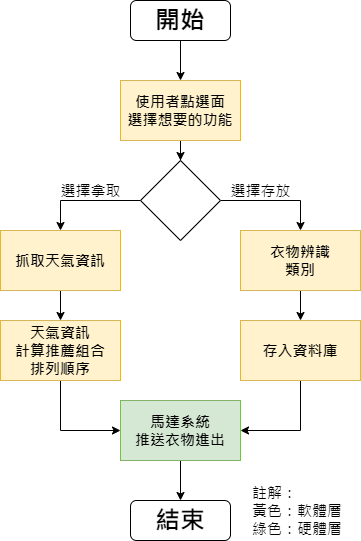
The draw.io diagram FileFolder/圖檔/AIcloset_v2-使用者流程圖.drawio.png in Chrouos/Intelligence-Closet, before a commit. Source tidied: cells renumbered, new cells last; positions are measured from the earlier drawing's top-left corner, leaving out a move shared by most shapes.
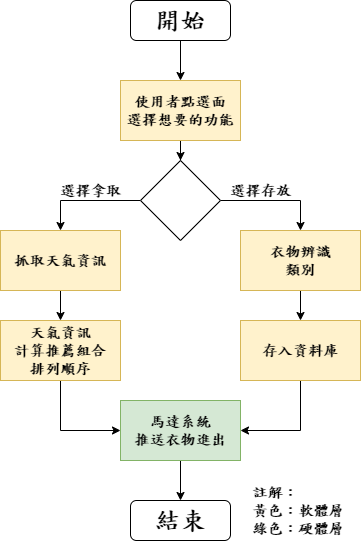
The same diagram one commit later.

Diff of the diagram source:
```diff
@@ -2,67 +2,67 @@
   <root>
     <mxCell id="0" />
     <mxCell id="1" parent="0" />
-    <mxCell id="2" style="edgeStyle=orthogonalEdgeStyle;rounded=0;jettySize=auto;html=1;entryX=0.5;entryY=0;entryDx=0;entryDy=0;fontSize=15;entryPerimeter=0;" parent="1" edge="1" source="3" target="5">
+    <mxCell id="2" style="edgeStyle=orthogonalEdgeStyle;rounded=0;jettySize=auto;html=1;entryX=0.5;entryY=0;entryDx=0;entryDy=0;fontSize=15;entryPerimeter=0;fontFamily=DFBiaoKaiShu-B5;fontStyle=1;" parent="1" edge="1" source="3" target="5">
       <mxGeometry relative="1" as="geometry" />
     </mxCell>
-    <mxCell id="3" value="開始" style="rounded=1;whiteSpace=wrap;html=1;fontSize=25;fontFamily=Noto Sans Traditional Chinese;fontStyle=1;fontSource=https%3A%2F%2Ffonts.googleapis.com%2Fcss%3Ffamily%3DNoto%2BSans%2BTraditional%2BChinese;" parent="1" vertex="1">
+    <mxCell id="3" value="開始" style="rounded=1;whiteSpace=wrap;html=1;fontSize=25;fontFamily=DFBiaoKaiShu-B5;fontStyle=1;" parent="1" vertex="1">
       <mxGeometry x="130" width="100" height="40" as="geometry" />
     </mxCell>
-    <mxCell id="4" style="edgeStyle=orthogonalEdgeStyle;rounded=0;jettySize=auto;html=1;entryX=0.5;entryY=0;entryDx=0;entryDy=0;fontSize=15;" parent="1" edge="1" source="5" target="8">
+    <mxCell id="4" style="edgeStyle=orthogonalEdgeStyle;rounded=0;jettySize=auto;html=1;entryX=0.5;entryY=0;entryDx=0;entryDy=0;fontSize=15;fontFamily=DFBiaoKaiShu-B5;fontStyle=1;" parent="1" edge="1" source="5" target="8">
       <mxGeometry relative="1" as="geometry" />
     </mxCell>
-    <mxCell id="5" value="使用者點選面&lt;br style=&quot;font-size: 15px;&quot;&gt;選擇想要的功能" style="rounded=0;whiteSpace=wrap;html=1;fontFamily=Noto Sans Traditional Chinese;fontSource=https%3A%2F%2Ffonts.googleapis.com%2Fcss%3Ffamily%3DNoto%2BSans%2BTraditional%2BChinese;fontSize=15;fontStyle=1;fillColor=#fff2cc;strokeColor=#d6b656;" parent="1" vertex="1">
+    <mxCell id="5" value="使用者點選面&lt;br style=&quot;font-size: 15px;&quot;&gt;選擇想要的功能" style="rounded=0;whiteSpace=wrap;html=1;fontFamily=DFBiaoKaiShu-B5;fontSize=15;fontStyle=1;fillColor=#fff2cc;strokeColor=#d6b656;" parent="1" vertex="1">
       <mxGeometry x="120" y="80" width="120" height="60" as="geometry" />
     </mxCell>
-    <mxCell id="6" style="edgeStyle=orthogonalEdgeStyle;rounded=0;jettySize=auto;html=1;entryX=0.5;entryY=0;entryDx=0;entryDy=0;fontSize=15;" parent="1" edge="1" source="8" target="10">
+    <mxCell id="6" style="edgeStyle=orthogonalEdgeStyle;rounded=0;jettySize=auto;html=1;entryX=0.5;entryY=0;entryDx=0;entryDy=0;fontSize=15;fontFamily=DFBiaoKaiShu-B5;fontStyle=1;" parent="1" edge="1" source="8" target="10">
       <mxGeometry relative="1" as="geometry" />
     </mxCell>
-    <mxCell id="7" style="edgeStyle=orthogonalEdgeStyle;rounded=0;jettySize=auto;html=1;entryX=0.5;entryY=0;entryDx=0;entryDy=0;fontFamily=Noto Sans Traditional Chinese;fontSource=https%3A%2F%2Ffonts.googleapis.com%2Fcss%3Ffamily%3DNoto%2BSans%2BTraditional%2BChinese;fontSize=15;" parent="1" edge="1" source="8" target="18">
+    <mxCell id="7" style="edgeStyle=orthogonalEdgeStyle;rounded=0;jettySize=auto;html=1;entryX=0.5;entryY=0;entryDx=0;entryDy=0;fontFamily=DFBiaoKaiShu-B5;fontSize=15;fontStyle=1;" parent="1" edge="1" source="8" target="18">
       <mxGeometry relative="1" as="geometry" />
     </mxCell>
-    <mxCell id="8" style="rhombus;whiteSpace=wrap;html=1;rounded=0;fontSize=15;" parent="1" vertex="1">
+    <mxCell id="8" style="rhombus;whiteSpace=wrap;html=1;rounded=0;fontSize=15;fontFamily=DFBiaoKaiShu-B5;fontStyle=1;" parent="1" vertex="1">
       <mxGeometry x="140" y="160" width="80" height="80" as="geometry" />
     </mxCell>
-    <mxCell id="9" style="edgeStyle=orthogonalEdgeStyle;rounded=0;jettySize=auto;html=1;fontFamily=Noto Sans Traditional Chinese;fontSource=https%3A%2F%2Ffonts.googleapis.com%2Fcss%3Ffamily%3DNoto%2BSans%2BTraditional%2BChinese;fontSize=15;entryX=0.5;entryY=0;entryDx=0;entryDy=0;" parent="1" edge="1" source="10" target="15">
+    <mxCell id="9" style="edgeStyle=orthogonalEdgeStyle;rounded=0;jettySize=auto;html=1;fontFamily=DFBiaoKaiShu-B5;fontSize=15;entryX=0.5;entryY=0;entryDx=0;entryDy=0;fontStyle=1;" parent="1" edge="1" source="10" target="15">
       <mxGeometry relative="1" as="geometry" />
     </mxCell>
-    <mxCell id="10" value="衣物辨識&lt;br&gt;類別" style="rounded=0;whiteSpace=wrap;html=1;fontFamily=Noto Sans Traditional Chinese;fontSource=https%3A%2F%2Ffonts.googleapis.com%2Fcss%3Ffamily%3DNoto%2BSans%2BTraditional%2BChinese;fontSize=15;fontStyle=1;fillColor=#fff2cc;strokeColor=#d6b656;" parent="1" vertex="1">
+    <mxCell id="10" value="衣物辨識&lt;br&gt;類別" style="rounded=0;whiteSpace=wrap;html=1;fontFamily=DFBiaoKaiShu-B5;fontSize=15;fontStyle=1;fillColor=#fff2cc;strokeColor=#d6b656;" parent="1" vertex="1">
       <mxGeometry x="240" y="230" width="120" height="60" as="geometry" />
     </mxCell>
-    <mxCell id="11" value="選擇存放" style="text;html=1;align=center;verticalAlign=middle;strokeColor=none;fillColor=none;fontSize=15;fontFamily=Noto Sans Traditional Chinese;fontSource=https%3A%2F%2Ffonts.googleapis.com%2Fcss%3Ffamily%3DNoto%2BSans%2BTraditional%2BChinese;" parent="1" vertex="1">
+    <mxCell id="11" value="選擇存放" style="text;html=1;align=center;verticalAlign=middle;strokeColor=none;fillColor=none;fontSize=15;fontFamily=DFBiaoKaiShu-B5;fontStyle=1;" parent="1" vertex="1">
       <mxGeometry x="220" y="180" width="80" height="20" as="geometry" />
     </mxCell>
-    <mxCell id="12" style="edgeStyle=orthogonalEdgeStyle;rounded=0;jettySize=auto;html=1;fontFamily=Noto Sans Traditional Chinese;fontSource=https%3A%2F%2Ffonts.googleapis.com%2Fcss%3Ffamily%3DNoto%2BSans%2BTraditional%2BChinese;fontSize=15;" parent="1" edge="1" source="13" target="21">
+    <mxCell id="12" style="edgeStyle=orthogonalEdgeStyle;rounded=0;jettySize=auto;html=1;fontFamily=DFBiaoKaiShu-B5;fontSize=15;fontStyle=1;" parent="1" edge="1" source="13" target="21">
       <mxGeometry relative="1" as="geometry" />
     </mxCell>
-    <mxCell id="13" value="馬達系統&lt;br&gt;推送衣物進出" style="rounded=0;whiteSpace=wrap;html=1;fontFamily=Noto Sans Traditional Chinese;fontSource=https%3A%2F%2Ffonts.googleapis.com%2Fcss%3Ffamily%3DNoto%2BSans%2BTraditional%2BChinese;fontSize=15;fontStyle=1;fillColor=#d5e8d4;strokeColor=#82b366;" parent="1" vertex="1">
+    <mxCell id="13" value="馬達系統&lt;br&gt;推送衣物進出" style="rounded=0;whiteSpace=wrap;html=1;fontFamily=DFBiaoKaiShu-B5;fontSize=15;fontStyle=1;fillColor=#d5e8d4;strokeColor=#82b366;" parent="1" vertex="1">
       <mxGeometry x="120" y="400" width="120" height="60" as="geometry" />
     </mxCell>
-    <mxCell id="14" style="edgeStyle=orthogonalEdgeStyle;rounded=0;jettySize=auto;html=1;entryX=1;entryY=0.5;entryDx=0;entryDy=0;fontFamily=Noto Sans Traditional Chinese;fontSource=https%3A%2F%2Ffonts.googleapis.com%2Fcss%3Ffamily%3DNoto%2BSans%2BTraditional%2BChinese;fontSize=15;" parent="1" edge="1" source="15" target="13">
+    <mxCell id="14" style="edgeStyle=orthogonalEdgeStyle;rounded=0;jettySize=auto;html=1;entryX=1;entryY=0.5;entryDx=0;entryDy=0;fontFamily=DFBiaoKaiShu-B5;fontSize=15;fontStyle=1;" parent="1" edge="1" source="15" target="13">
       <mxGeometry relative="1" as="geometry" />
     </mxCell>
-    <mxCell id="15" value="存入資料庫" style="rounded=0;whiteSpace=wrap;html=1;fontFamily=Noto Sans Traditional Chinese;fontSource=https%3A%2F%2Ffonts.googleapis.com%2Fcss%3Ffamily%3DNoto%2BSans%2BTraditional%2BChinese;fontSize=15;fontStyle=1;fillColor=#fff2cc;strokeColor=#d6b656;" parent="1" vertex="1">
+    <mxCell id="15" value="存入資料庫" style="rounded=0;whiteSpace=wrap;html=1;fontFamily=DFBiaoKaiShu-B5;fontSize=15;fontStyle=1;fillColor=#fff2cc;strokeColor=#d6b656;" parent="1" vertex="1">
       <mxGeometry x="240" y="320" width="120" height="60" as="geometry" />
     </mxCell>
-    <mxCell id="16" value="選擇拿取" style="text;html=1;align=center;verticalAlign=middle;strokeColor=none;fillColor=none;fontSize=15;fontFamily=Noto Sans Traditional Chinese;" parent="1" vertex="1">
+    <mxCell id="16" value="選擇拿取" style="text;html=1;align=center;verticalAlign=middle;strokeColor=none;fillColor=none;fontSize=15;fontFamily=DFBiaoKaiShu-B5;fontStyle=1;" parent="1" vertex="1">
       <mxGeometry x="50" y="180" width="80" height="20" as="geometry" />
     </mxCell>
-    <mxCell id="17" style="edgeStyle=orthogonalEdgeStyle;rounded=0;jettySize=auto;html=1;entryX=0.5;entryY=0;entryDx=0;entryDy=0;fontFamily=Noto Sans Traditional Chinese;fontSource=https%3A%2F%2Ffonts.googleapis.com%2Fcss%3Ffamily%3DNoto%2BSans%2BTraditional%2BChinese;fontSize=15;" parent="1" edge="1" source="18" target="20">
+    <mxCell id="17" style="edgeStyle=orthogonalEdgeStyle;rounded=0;jettySize=auto;html=1;entryX=0.5;entryY=0;entryDx=0;entryDy=0;fontFamily=DFBiaoKaiShu-B5;fontSize=15;fontStyle=1;" parent="1" edge="1" source="18" target="20">
       <mxGeometry relative="1" as="geometry" />
     </mxCell>
-    <mxCell id="18" value="抓取天氣資訊" style="rounded=0;whiteSpace=wrap;html=1;fontFamily=Noto Sans Traditional Chinese;fontSource=https%3A%2F%2Ffonts.googleapis.com%2Fcss%3Ffamily%3DNoto%2BSans%2BTraditional%2BChinese;fontSize=15;fontStyle=1;fillColor=#fff2cc;strokeColor=#d6b656;" parent="1" vertex="1">
+    <mxCell id="18" value="抓取天氣資訊" style="rounded=0;whiteSpace=wrap;html=1;fontFamily=DFBiaoKaiShu-B5;fontSize=15;fontStyle=1;fillColor=#fff2cc;strokeColor=#d6b656;" parent="1" vertex="1">
       <mxGeometry y="230" width="120" height="60" as="geometry" />
     </mxCell>
-    <mxCell id="19" style="edgeStyle=orthogonalEdgeStyle;rounded=0;jettySize=auto;html=1;entryX=0;entryY=0.5;entryDx=0;entryDy=0;fontFamily=Noto Sans Traditional Chinese;fontSource=https%3A%2F%2Ffonts.googleapis.com%2Fcss%3Ffamily%3DNoto%2BSans%2BTraditional%2BChinese;fontSize=15;" parent="1" edge="1" source="20" target="13">
+    <mxCell id="19" style="edgeStyle=orthogonalEdgeStyle;rounded=0;jettySize=auto;html=1;entryX=0;entryY=0.5;entryDx=0;entryDy=0;fontFamily=DFBiaoKaiShu-B5;fontSize=15;fontStyle=1;" parent="1" edge="1" source="20" target="13">
       <mxGeometry relative="1" as="geometry" />
     </mxCell>
-    <mxCell id="20" value="天氣資訊&lt;br&gt;計算推薦組合&lt;br&gt;排列順序" style="rounded=0;whiteSpace=wrap;html=1;fontFamily=Noto Sans Traditional Chinese;fontSource=https%3A%2F%2Ffonts.googleapis.com%2Fcss%3Ffamily%3DNoto%2BSans%2BTraditional%2BChinese;fontSize=15;fontStyle=1;fillColor=#fff2cc;strokeColor=#d6b656;" parent="1" vertex="1">
+    <mxCell id="20" value="天氣資訊&lt;br&gt;計算推薦組合&lt;br&gt;排列順序" style="rounded=0;whiteSpace=wrap;html=1;fontFamily=DFBiaoKaiShu-B5;fontSize=15;fontStyle=1;fillColor=#fff2cc;strokeColor=#d6b656;" parent="1" vertex="1">
       <mxGeometry y="320" width="120" height="60" as="geometry" />
     </mxCell>
-    <mxCell id="21" value="結束" style="rounded=1;whiteSpace=wrap;html=1;fontSize=25;fontFamily=Noto Sans Traditional Chinese;fontStyle=1;fontSource=https%3A%2F%2Ffonts.googleapis.com%2Fcss%3Ffamily%3DNoto%2BSans%2BTraditional%2BChinese;" parent="1" vertex="1">
+    <mxCell id="21" value="結束" style="rounded=1;whiteSpace=wrap;html=1;fontSize=25;fontFamily=DFBiaoKaiShu-B5;fontStyle=1;" parent="1" vertex="1">
       <mxGeometry x="130" y="500" width="100" height="40" as="geometry" />
     </mxCell>
-    <mxCell id="22" value="註解：&lt;br&gt;黃色：軟體層&lt;br&gt;綠色：硬體層" style="text;html=1;align=left;verticalAlign=middle;strokeColor=none;fillColor=none;fontSize=15;fontFamily=Noto Sans Traditional Chinese;fontSource=https%3A%2F%2Ffonts.googleapis.com%2Fcss%3Ffamily%3DNoto%2BSans%2BTraditional%2BChinese;" parent="1" vertex="1">
+    <mxCell id="22" value="註解：&lt;br&gt;黃色：軟體層&lt;br&gt;綠色：硬體層" style="text;html=1;align=left;verticalAlign=middle;strokeColor=none;fillColor=none;fontSize=15;fontFamily=DFBiaoKaiShu-B5;fontStyle=1;" parent="1" vertex="1">
       <mxGeometry x="250" y="480" width="110" height="60" as="geometry" />
     </mxCell>
   </root>
```
